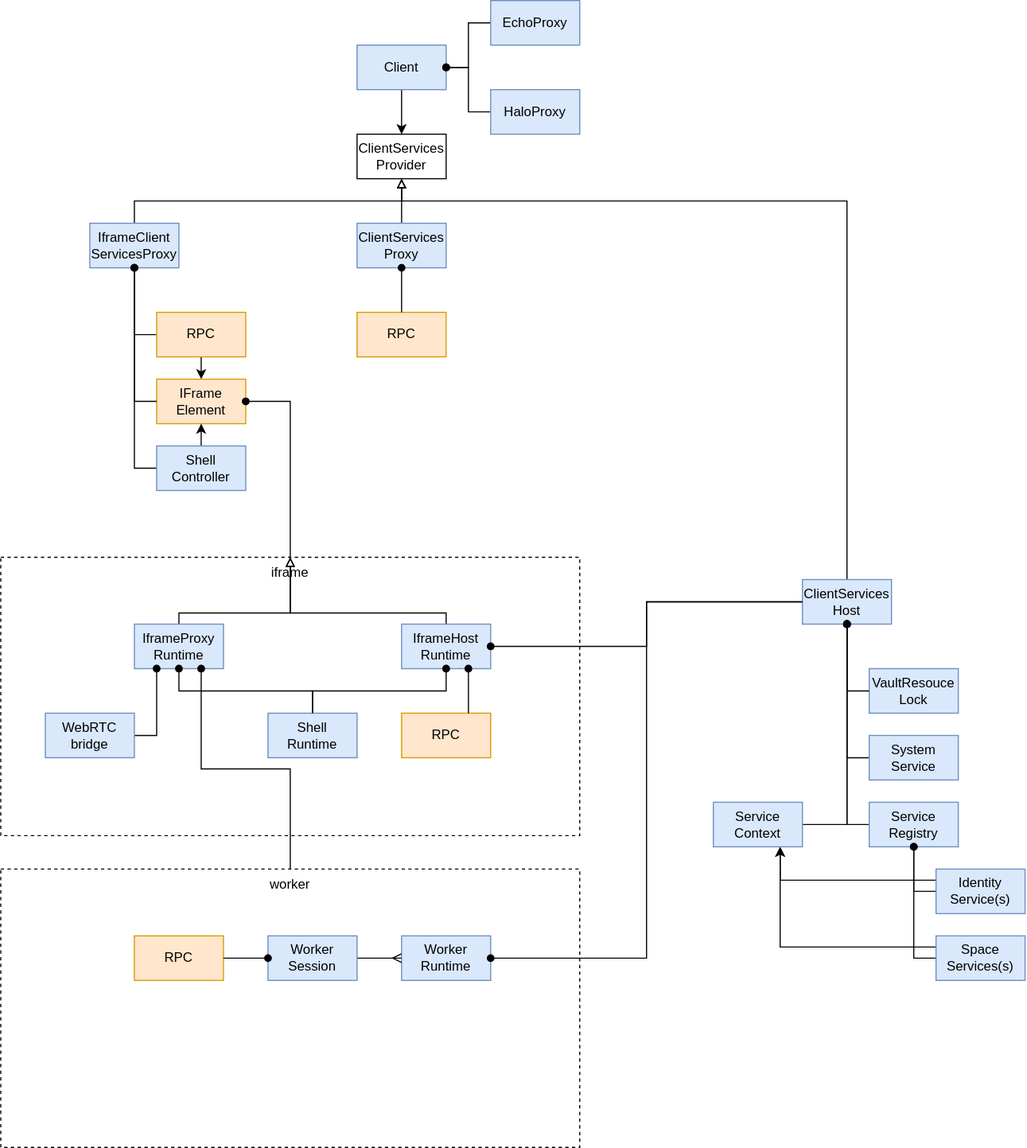
Earlier version of the draw.io export docs/docs/design/diagrams/client-services-class.drawio.svg (dxos/dxos). Source tidied: cells renumbered, new cells last; positions are measured from the earlier drawing's top-left corner, leaving out a move shared by most shapes.
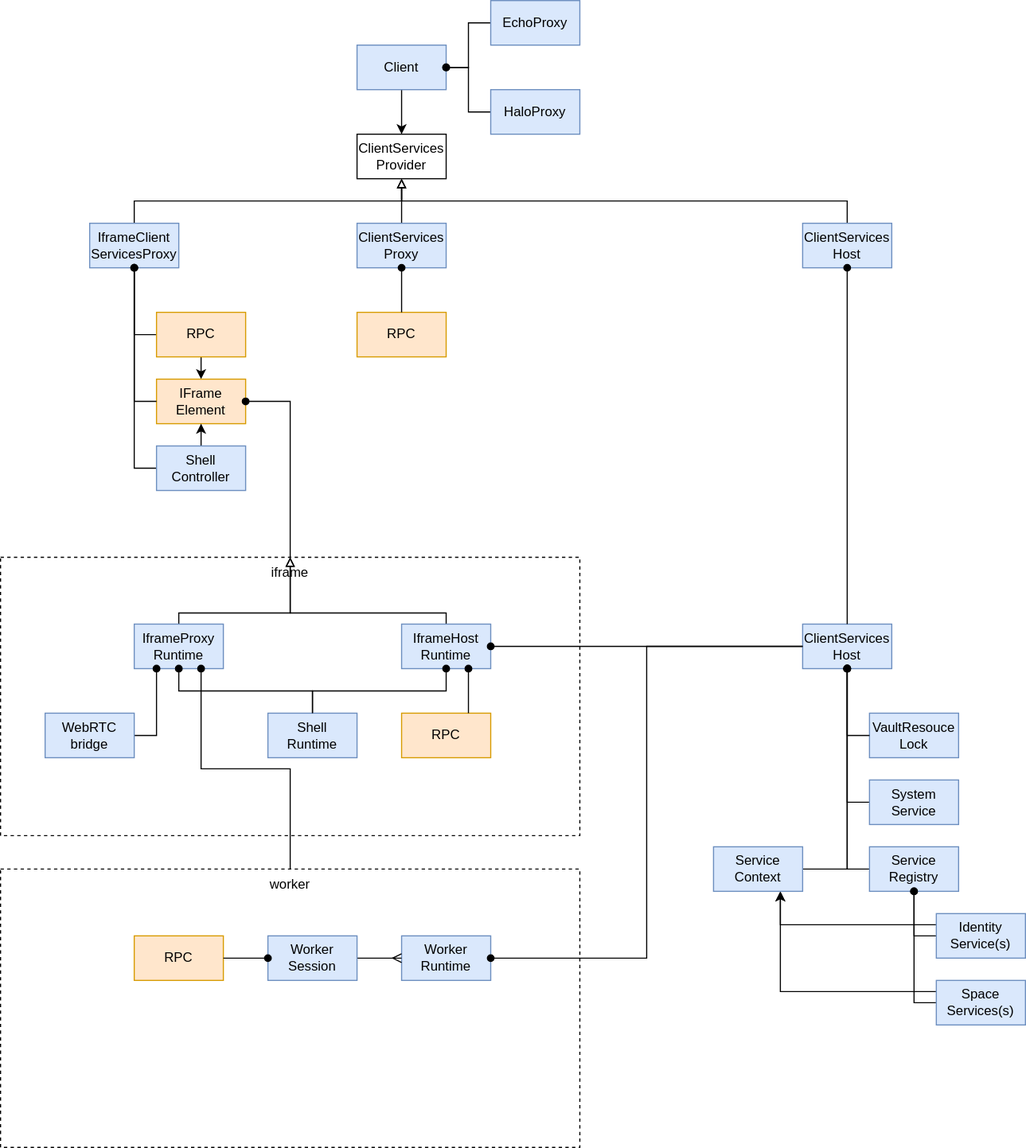
After the commit.

Change to the diagram source:
```diff
@@ -14,7 +14,7 @@
     <mxCell id="5" value="ClientServices&lt;br&gt;Provider" style="rounded=0;whiteSpace=wrap;html=1;" parent="1" vertex="1">
       <mxGeometry x="320" y="120" width="80" height="40" as="geometry" />
     </mxCell>
-    <mxCell id="6" style="edgeStyle=orthogonalEdgeStyle;rounded=0;html=1;exitX=0.5;exitY=0;exitDx=0;exitDy=0;entryX=0.5;entryY=1;entryDx=0;entryDy=0;endArrow=block;endFill=0;" parent="1" edge="1" source="7" target="5">
+    <mxCell id="6" style="edgeStyle=orthogonalEdgeStyle;rounded=0;html=1;exitX=0.5;exitY=0;exitDx=0;exitDy=0;entryX=0.5;entryY=1;entryDx=0;entryDy=0;endArrow=block;endFill=0;" parent="1" edge="1" source="61" target="5">
       <mxGeometry relative="1" as="geometry">
         <Array as="points">
           <mxPoint x="760" y="180" />
@@ -23,7 +23,7 @@
       </mxGeometry>
     </mxCell>
     <mxCell id="7" value="ClientServices&lt;br&gt;Host" style="rounded=0;whiteSpace=wrap;html=1;fillColor=#dae8fc;strokeColor=#6c8ebf;" parent="1" vertex="1">
-      <mxGeometry x="720" y="520" width="80" height="40" as="geometry" />
+      <mxGeometry x="720" y="560" width="80" height="40" as="geometry" />
     </mxCell>
     <mxCell id="8" style="edgeStyle=orthogonalEdgeStyle;rounded=0;html=1;exitX=0.5;exitY=0;exitDx=0;exitDy=0;endArrow=block;endFill=0;" parent="1" edge="1" source="9" target="5">
       <mxGeometry relative="1" as="geometry" />
@@ -68,13 +68,13 @@
       <mxGeometry x="140" y="400" width="80" height="40" as="geometry" />
     </mxCell>
     <mxCell id="22" value="VaultResouce&lt;br&gt;Lock" style="rounded=0;whiteSpace=wrap;html=1;fillColor=#dae8fc;strokeColor=#6c8ebf;" parent="1" vertex="1">
-      <mxGeometry x="780" y="600" width="80" height="40" as="geometry" />
+      <mxGeometry x="780" y="640" width="80" height="40" as="geometry" />
     </mxCell>
     <mxCell id="23" style="edgeStyle=orthogonalEdgeStyle;rounded=0;html=1;exitX=0;exitY=0.5;exitDx=0;exitDy=0;endArrow=oval;endFill=1;" parent="1" edge="1" source="24" target="7">
       <mxGeometry relative="1" as="geometry" />
     </mxCell>
     <mxCell id="24" value="Service&lt;br&gt;Registry" style="rounded=0;whiteSpace=wrap;html=1;fillColor=#dae8fc;strokeColor=#6c8ebf;" parent="1" vertex="1">
-      <mxGeometry x="780" y="720" width="80" height="40" as="geometry" />
+      <mxGeometry x="780" y="760" width="80" height="40" as="geometry" />
     </mxCell>
     <mxCell id="25" style="edgeStyle=orthogonalEdgeStyle;rounded=0;html=1;exitX=0;exitY=0.5;exitDx=0;exitDy=0;endArrow=oval;endFill=1;" parent="1" edge="1" source="22" target="7">
       <mxGeometry relative="1" as="geometry" />
@@ -83,7 +83,7 @@
       <mxGeometry relative="1" as="geometry" />
     </mxCell>
     <mxCell id="27" value="System&lt;br&gt;Service" style="rounded=0;whiteSpace=wrap;html=1;fillColor=#dae8fc;strokeColor=#6c8ebf;" parent="1" vertex="1">
-      <mxGeometry x="780" y="660" width="80" height="40" as="geometry" />
+      <mxGeometry x="780" y="700" width="80" height="40" as="geometry" />
     </mxCell>
     <mxCell id="28" style="edgeStyle=orthogonalEdgeStyle;rounded=0;html=1;exitX=0;exitY=0.5;exitDx=0;exitDy=0;entryX=0.5;entryY=1;entryDx=0;entryDy=0;endArrow=oval;endFill=1;" parent="1" edge="1" source="30" target="24">
       <mxGeometry relative="1" as="geometry" />
@@ -92,7 +92,7 @@
       <mxGeometry relative="1" as="geometry" />
     </mxCell>
     <mxCell id="30" value="Identity&lt;br&gt;Service(s)" style="rounded=0;whiteSpace=wrap;html=1;fillColor=#dae8fc;strokeColor=#6c8ebf;" parent="1" vertex="1">
-      <mxGeometry x="840" y="780" width="80" height="40" as="geometry" />
+      <mxGeometry x="840" y="820" width="80" height="40" as="geometry" />
     </mxCell>
     <mxCell id="31" style="edgeStyle=orthogonalEdgeStyle;rounded=0;html=1;exitX=0;exitY=0.5;exitDx=0;exitDy=0;endArrow=oval;endFill=1;" parent="1" edge="1" source="33" target="24">
       <mxGeometry relative="1" as="geometry" />
@@ -101,13 +101,13 @@
       <mxGeometry relative="1" as="geometry" />
     </mxCell>
     <mxCell id="33" value="Space&lt;br&gt;Services(s)" style="rounded=0;whiteSpace=wrap;html=1;fillColor=#dae8fc;strokeColor=#6c8ebf;" parent="1" vertex="1">
-      <mxGeometry x="840" y="840" width="80" height="40" as="geometry" />
+      <mxGeometry x="840" y="880" width="80" height="40" as="geometry" />
     </mxCell>
     <mxCell id="34" style="edgeStyle=orthogonalEdgeStyle;rounded=0;html=1;exitX=1;exitY=0.5;exitDx=0;exitDy=0;endArrow=oval;endFill=1;" parent="1" edge="1" source="35" target="7">
       <mxGeometry relative="1" as="geometry" />
     </mxCell>
     <mxCell id="35" value="Service&lt;br&gt;Context" style="rounded=0;whiteSpace=wrap;html=1;fillColor=#dae8fc;strokeColor=#6c8ebf;" parent="1" vertex="1">
-      <mxGeometry x="640" y="720" width="80" height="40" as="geometry" />
+      <mxGeometry x="640" y="760" width="80" height="40" as="geometry" />
     </mxCell>
     <mxCell id="36" style="edgeStyle=orthogonalEdgeStyle;rounded=0;html=1;exitX=0.5;exitY=0;exitDx=0;exitDy=0;endArrow=block;endFill=0;" parent="1" edge="1" source="37">
       <mxGeometry relative="1" as="geometry">
@@ -165,7 +165,7 @@
     <mxCell id="50" style="edgeStyle=orthogonalEdgeStyle;rounded=0;html=1;endArrow=oval;endFill=1;entryX=1;entryY=0.5;entryDx=0;entryDy=0;" parent="1" edge="1" source="7" target="49">
       <mxGeometry relative="1" as="geometry">
         <Array as="points">
-          <mxPoint x="580" y="540" />
+          <mxPoint x="580" y="580" />
           <mxPoint x="580" y="860" />
         </Array>
       </mxGeometry>
@@ -206,5 +206,11 @@
     <mxCell id="60" value="HaloProxy" style="rounded=0;whiteSpace=wrap;html=1;fillColor=#dae8fc;strokeColor=#6c8ebf;" parent="1" vertex="1">
       <mxGeometry x="440" y="80" width="80" height="40" as="geometry" />
     </mxCell>
+    <mxCell id="61" value="ClientServices&lt;br&gt;Host" style="rounded=0;whiteSpace=wrap;html=1;fillColor=#dae8fc;strokeColor=#6c8ebf;" parent="1" vertex="1">
+      <mxGeometry x="720" y="200" width="80" height="40" as="geometry" />
+    </mxCell>
+    <mxCell id="62" style="edgeStyle=orthogonalEdgeStyle;rounded=0;html=1;exitX=0.5;exitY=0;exitDx=0;exitDy=0;entryX=0.5;entryY=1;entryDx=0;entryDy=0;endArrow=oval;endFill=1;" parent="1" edge="1" source="7" target="61">
+      <mxGeometry relative="1" as="geometry" />
+    </mxCell>
   </root>
 </mxGraphModel>
```
